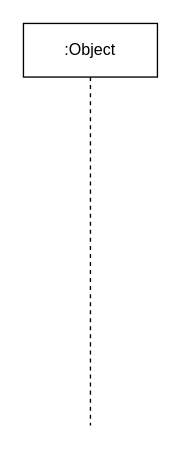
The draw.io diagram docs/diagrams/ingest.drawio in dimastatz/video-streaming-analytics, before the edit. Source tidied: cells renumbered, new cells numbered last; positions are measured from the earlier drawing's top-left corner, leaving out a move shared by most shapes. Both pictures are drawn from the tidied source at 134%, with x=0, y=0 at pixel (23, 23).
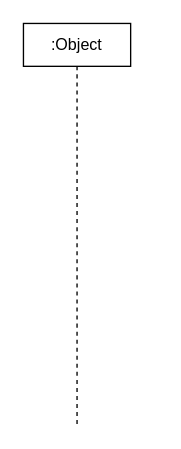
Above is the later version.

The edit, as a diff of the source:
```diff
@@
 <mxGraphModel>
   <root>
     <mxCell id="0" />
     <mxCell id="1" parent="0" />
-    <mxCell id="2" value=":Object" style="shape=umlLifeline;perimeter=lifelinePerimeter;whiteSpace=wrap;html=1;" parent="1" vertex="1">
-      <mxGeometry width="100" height="300" as="geometry" />
+    <mxCell id="2" value=":Object" style="shape=umlLifeline;perimeter=lifelinePerimeter;whiteSpace=wrap;html=1;size=32;" parent="1" vertex="1">
+      <mxGeometry width="80" height="300" as="geometry" />
     </mxCell>
   </root>
 </mxGraphModel>
```
